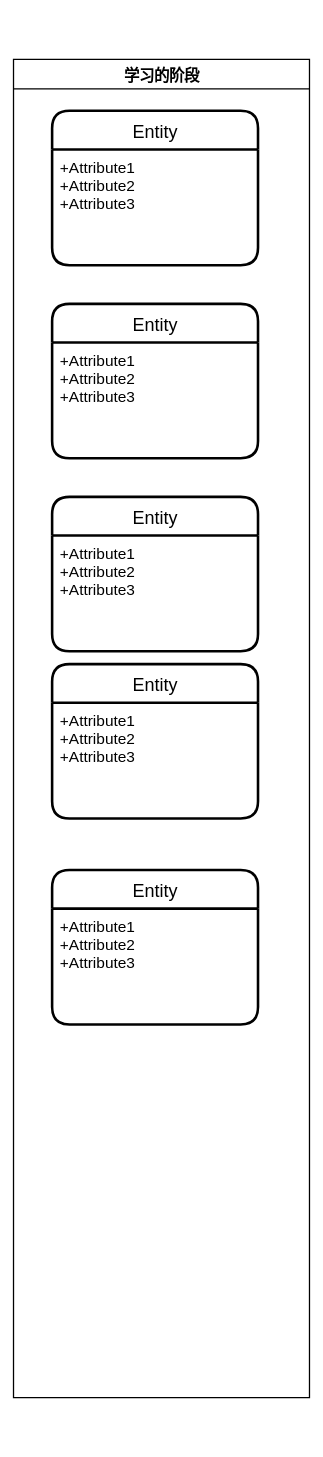
Earlier version of the draw.io export Untitled Diagram.svg (Echo-Yanglulu/obsidianPrivateNote). Source tidied: cells renumbered, new cells last; positions are measured from the earlier drawing's top-left corner, leaving out a move shared by most shapes.
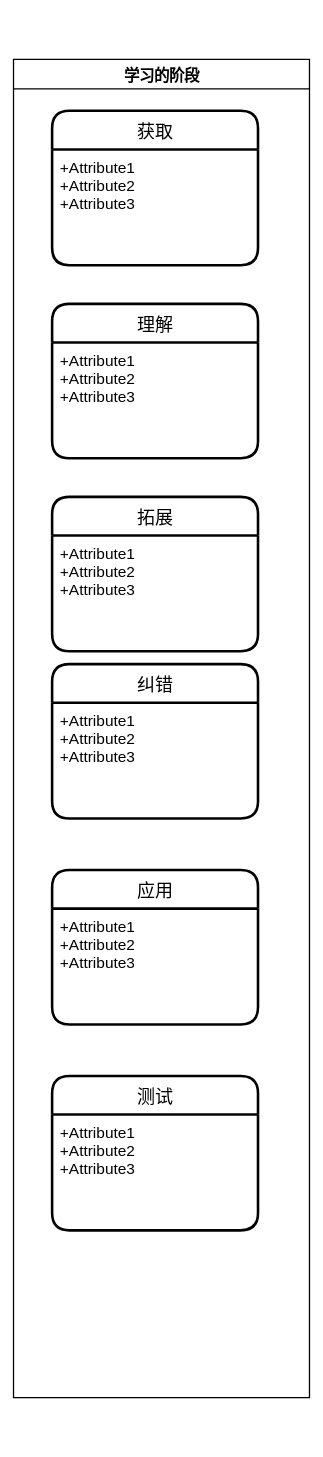
The same diagram one commit later.

What changed in the source:
```diff
@@ -5,35 +5,41 @@
     <mxCell id="2" value="学习的阶段" style="swimlane;" parent="1" vertex="1">
       <mxGeometry width="230" height="1040" as="geometry" />
     </mxCell>
-    <mxCell id="3" value="Entity" style="swimlane;horizontal=1;startSize=30;rounded=1;fontSize=14;fontStyle=0;strokeWidth=2;shadow=0;dashed=0;align=center;" parent="2" vertex="1">
+    <mxCell id="3" value="获取" style="swimlane;horizontal=1;startSize=30;rounded=1;fontSize=14;fontStyle=0;strokeWidth=2;shadow=0;dashed=0;align=center;" parent="2" vertex="1">
       <mxGeometry x="30" y="40" width="160" height="120" as="geometry" />
     </mxCell>
     <mxCell id="4" value="+Attribute1&#10;+Attribute2&#10;+Attribute3" style="align=left;strokeColor=none;fillColor=none;spacingLeft=4;fontSize=12;verticalAlign=top;" parent="3" vertex="1">
       <mxGeometry y="30" width="160" height="90" as="geometry" />
     </mxCell>
-    <mxCell id="5" value="Entity" style="swimlane;horizontal=1;startSize=30;rounded=1;fontSize=14;fontStyle=0;strokeWidth=2;shadow=0;dashed=0;align=center;" parent="2" vertex="1">
+    <mxCell id="5" value="理解" style="swimlane;horizontal=1;startSize=30;rounded=1;fontSize=14;fontStyle=0;strokeWidth=2;shadow=0;dashed=0;align=center;" parent="2" vertex="1">
       <mxGeometry x="30" y="190" width="160" height="120" as="geometry" />
     </mxCell>
     <mxCell id="6" value="+Attribute1&#10;+Attribute2&#10;+Attribute3" style="align=left;strokeColor=none;fillColor=none;spacingLeft=4;fontSize=12;verticalAlign=top;" parent="5" vertex="1">
       <mxGeometry y="30" width="160" height="90" as="geometry" />
     </mxCell>
-    <mxCell id="7" value="Entity" style="swimlane;horizontal=1;startSize=30;rounded=1;fontSize=14;fontStyle=0;strokeWidth=2;shadow=0;dashed=0;align=center;" parent="2" vertex="1">
+    <mxCell id="7" value="拓展" style="swimlane;horizontal=1;startSize=30;rounded=1;fontSize=14;fontStyle=0;strokeWidth=2;shadow=0;dashed=0;align=center;" parent="2" vertex="1">
       <mxGeometry x="30" y="340" width="160" height="120" as="geometry" />
     </mxCell>
     <mxCell id="8" value="+Attribute1&#10;+Attribute2&#10;+Attribute3" style="align=left;strokeColor=none;fillColor=none;spacingLeft=4;fontSize=12;verticalAlign=top;" parent="7" vertex="1">
       <mxGeometry y="30" width="160" height="90" as="geometry" />
     </mxCell>
-    <mxCell id="9" value="Entity" style="swimlane;horizontal=1;startSize=30;rounded=1;fontSize=14;fontStyle=0;strokeWidth=2;shadow=0;dashed=0;align=center;" parent="2" vertex="1">
+    <mxCell id="9" value="纠错" style="swimlane;horizontal=1;startSize=30;rounded=1;fontSize=14;fontStyle=0;strokeWidth=2;shadow=0;dashed=0;align=center;" parent="2" vertex="1">
       <mxGeometry x="30" y="470" width="160" height="120" as="geometry" />
     </mxCell>
     <mxCell id="10" value="+Attribute1&#10;+Attribute2&#10;+Attribute3" style="align=left;strokeColor=none;fillColor=none;spacingLeft=4;fontSize=12;verticalAlign=top;" parent="9" vertex="1">
       <mxGeometry y="30" width="160" height="90" as="geometry" />
     </mxCell>
-    <mxCell id="11" value="Entity" style="swimlane;horizontal=1;startSize=30;rounded=1;fontSize=14;fontStyle=0;strokeWidth=2;shadow=0;dashed=0;align=center;" parent="2" vertex="1">
+    <mxCell id="11" value="应用" style="swimlane;horizontal=1;startSize=30;rounded=1;fontSize=14;fontStyle=0;strokeWidth=2;shadow=0;dashed=0;align=center;" parent="2" vertex="1">
       <mxGeometry x="30" y="630" width="160" height="120" as="geometry" />
     </mxCell>
     <mxCell id="12" value="+Attribute1&#10;+Attribute2&#10;+Attribute3" style="align=left;strokeColor=none;fillColor=none;spacingLeft=4;fontSize=12;verticalAlign=top;" parent="11" vertex="1">
       <mxGeometry y="30" width="160" height="90" as="geometry" />
     </mxCell>
+    <mxCell id="13" value="测试" style="swimlane;horizontal=1;startSize=30;rounded=1;fontSize=14;fontStyle=0;strokeWidth=2;shadow=0;dashed=0;align=center;" parent="2" vertex="1">
+      <mxGeometry x="30" y="790" width="160" height="120" as="geometry" />
+    </mxCell>
+    <mxCell id="14" value="+Attribute1&#10;+Attribute2&#10;+Attribute3" style="align=left;strokeColor=none;fillColor=none;spacingLeft=4;fontSize=12;verticalAlign=top;" parent="13" vertex="1">
+      <mxGeometry y="30" width="160" height="90" as="geometry" />
+    </mxCell>
   </root>
 </mxGraphModel>
```
